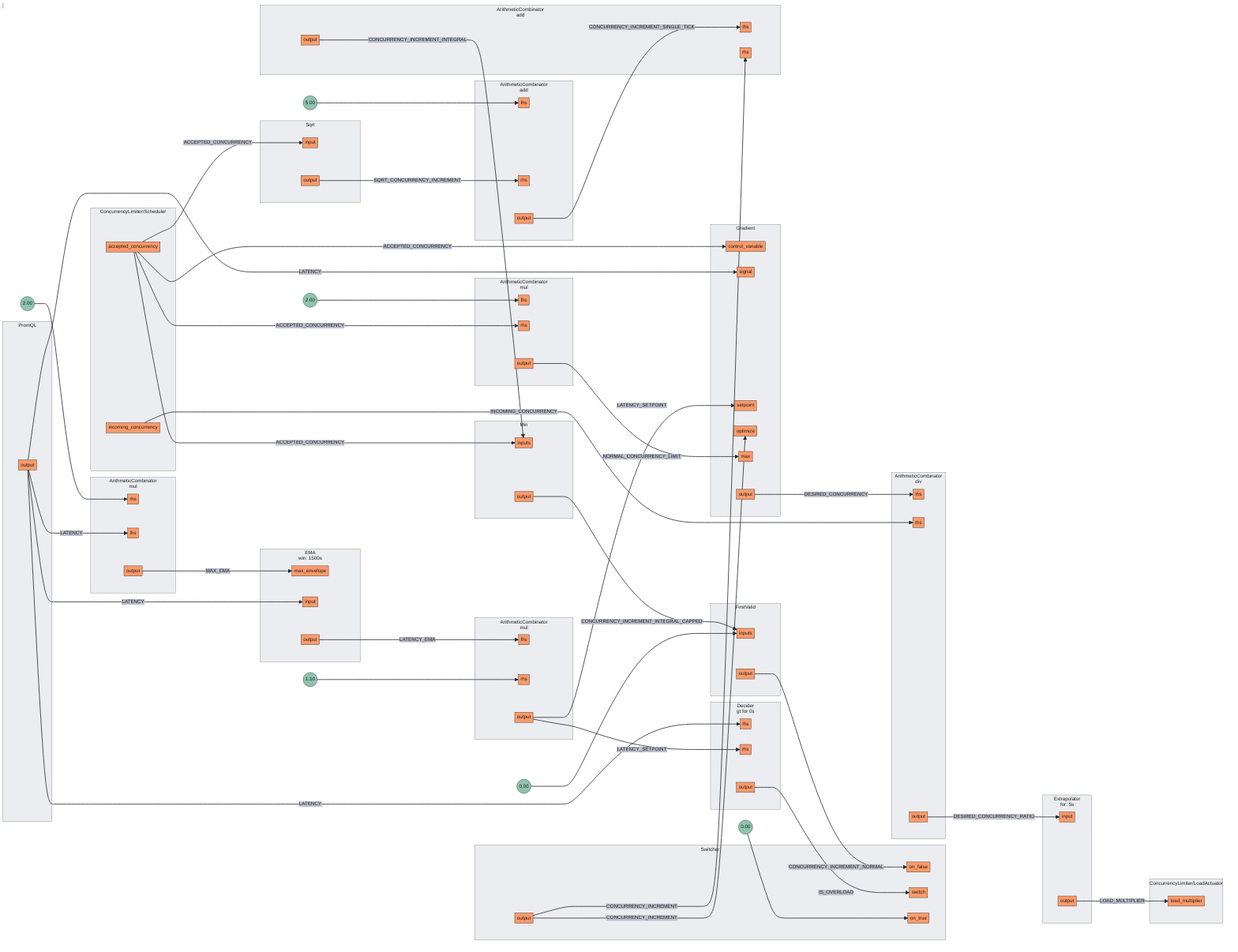
Above: docs/content/tutorials/flow-control/assets/basic-concurrency-limiting/basic-concurrency-limiting.mmd.png in fluxninja/aperture (Mermaid), before the change. Its source is kept beside it as docs/content/tutorials/flow-control/assets/basic-concurrency-limiting/basic-concurrency-limiting.mmd. Source of this version:
```mermaid
flowchart LR
subgraph 0[<center>ArithmeticCombinator<br/>mul</center>]
subgraph 0_inports[ ]
style 0_inports fill:none,stroke:none
0rhs[rhs]
0lhs[lhs]
end
subgraph 0_outports[ ]
style 0_outports fill:none,stroke:none
0output[output]
end
end
FakeConstant0((2.00))
FakeConstant0 --> 0rhs
subgraph 1[<center>ArithmeticCombinator<br/>mul</center>]
subgraph 1_inports[ ]
style 1_inports fill:none,stroke:none
1lhs[lhs]
1rhs[rhs]
end
subgraph 1_outports[ ]
style 1_outports fill:none,stroke:none
1output[output]
end
end
FakeConstant1((1.10))
FakeConstant1 --> 1rhs
subgraph 2[<center>ArithmeticCombinator<br/>div</center>]
subgraph 2_inports[ ]
style 2_inports fill:none,stroke:none
2lhs[lhs]
2rhs[rhs]
end
subgraph 2_outports[ ]
style 2_outports fill:none,stroke:none
2output[output]
end
end
subgraph 3[<center>ArithmeticCombinator<br/>mul</center>]
subgraph 3_inports[ ]
style 3_inports fill:none,stroke:none
3lhs[lhs]
3rhs[rhs]
end
subgraph 3_outports[ ]
style 3_outports fill:none,stroke:none
3output[output]
end
end
FakeConstant2((2.00))
FakeConstant2 --> 3lhs
subgraph 4[<center>ArithmeticCombinator<br/>add</center>]
subgraph 4_inports[ ]
style 4_inports fill:none,stroke:none
4lhs[lhs]
4rhs[rhs]
end
subgraph 4_outports[ ]
style 4_outports fill:none,stroke:none
4output[output]
end
end
FakeConstant3((5.00))
FakeConstant3 --> 4lhs
subgraph 5[<center>ArithmeticCombinator<br/>add</center>]
subgraph 5_inports[ ]
style 5_inports fill:none,stroke:none
5lhs[lhs]
5rhs[rhs]
end
subgraph 5_outports[ ]
style 5_outports fill:none,stroke:none
5output[output]
end
end
subgraph 6[Min]
subgraph 6_inports[ ]
style 6_inports fill:none,stroke:none
6inputs[inputs]
6inputs[inputs]
end
subgraph 6_outports[ ]
style 6_outports fill:none,stroke:none
6output[output]
end
end
subgraph 7[FirstValid]
subgraph 7_inports[ ]
style 7_inports fill:none,stroke:none
7inputs[inputs]
7inputs[inputs]
end
subgraph 7_outports[ ]
style 7_outports fill:none,stroke:none
7output[output]
end
end
FakeConstant4((0.00))
FakeConstant4 --> 7inputs
subgraph 8[Sqrt]
subgraph 8_inports[ ]
style 8_inports fill:none,stroke:none
8input[input]
end
subgraph 8_outports[ ]
style 8_outports fill:none,stroke:none
8output[output]
end
end
subgraph 9[PromQL]
subgraph 9_outports[ ]
style 9_outports fill:none,stroke:none
9output[output]
end
end
subgraph 10[<center>EMA<br/>win: 1500s</center>]
subgraph 10_inports[ ]
style 10_inports fill:none,stroke:none
10max_envelope[max_envelope]
10input[input]
end
subgraph 10_outports[ ]
style 10_outports fill:none,stroke:none
10output[output]
end
end
subgraph 11[Gradient]
subgraph 11_inports[ ]
style 11_inports fill:none,stroke:none
11control_variable[control_variable]
11signal[signal]
11setpoint[setpoint]
11optimize[optimize]
11max[max]
end
subgraph 11_outports[ ]
style 11_outports fill:none,stroke:none
11output[output]
end
end
subgraph 12[<center>Extrapolator<br/>for: 5s</center>]
subgraph 12_inports[ ]
style 12_inports fill:none,stroke:none
12input[input]
end
subgraph 12_outports[ ]
style 12_outports fill:none,stroke:none
12output[output]
end
end
subgraph 13.Scheduler[ConcurrencyLimiter/Scheduler]
subgraph 13.Scheduler_outports[ ]
style 13.Scheduler_outports fill:none,stroke:none
13.Schedulerincoming_concurrency[incoming_concurrency]
13.Scheduleraccepted_concurrency[accepted_concurrency]
end
end
subgraph 13.LoadActuator[ConcurrencyLimiter/LoadActuator]
subgraph 13.LoadActuator_inports[ ]
style 13.LoadActuator_inports fill:none,stroke:none
13.LoadActuatorload_multiplier[load_multiplier]
end
end
subgraph 15[Switcher]
subgraph 15_inports[ ]
style 15_inports fill:none,stroke:none
15on_false[on_false]
15switch[switch]
15on_true[on_true]
end
subgraph 15_outports[ ]
style 15_outports fill:none,stroke:none
15output[output]
end
end
FakeConstant5((0.00))
FakeConstant5 --> 15on_true
subgraph 14[<center>Decider<br/>gt for 0s</center>]
subgraph 14_inports[ ]
style 14_inports fill:none,stroke:none
14lhs[lhs]
14rhs[rhs]
end
subgraph 14_outports[ ]
style 14_outports fill:none,stroke:none
14output[output]
end
end
8output --> |SQRT_CONCURRENCY_INCREMENT| 4rhs
13.Scheduleraccepted_concurrency --> |ACCEPTED_CONCURRENCY| 3rhs
13.Scheduleraccepted_concurrency --> |ACCEPTED_CONCURRENCY| 6inputs
13.Scheduleraccepted_concurrency --> |ACCEPTED_CONCURRENCY| 8input
13.Scheduleraccepted_concurrency --> |ACCEPTED_CONCURRENCY| 11control_variable
0output --> |MAX_EMA| 10max_envelope
4output --> |CONCURRENCY_INCREMENT_SINGLE_TICK| 5lhs
6output --> |CONCURRENCY_INCREMENT_INTEGRAL_CAPPED| 7inputs
10output --> |LATENCY_EMA| 1lhs
14output --> |IS_OVERLOAD| 15switch
2output --> |DESIRED_CONCURRENCY_RATIO| 12input
7output --> |CONCURRENCY_INCREMENT_NORMAL| 15on_false
9output --> |LATENCY| 0lhs
9output --> |LATENCY| 10input
9output --> |LATENCY| 11signal
9output --> |LATENCY| 14lhs
12output --> |LOAD_MULTIPLIER| 13.LoadActuatorload_multiplier
15output --> |CONCURRENCY_INCREMENT| 5rhs
15output --> |CONCURRENCY_INCREMENT| 11optimize
1output --> |LATENCY_SETPOINT| 11setpoint
1output --> |LATENCY_SETPOINT| 14rhs
5output --> |CONCURRENCY_INCREMENT_INTEGRAL| 6inputs
11output --> |DESIRED_CONCURRENCY| 2lhs
13.Schedulerincoming_concurrency --> |INCOMING_CONCURRENCY| 2rhs
3output --> |NORMAL_CONCURRENCY_LIMIT| 11max
```
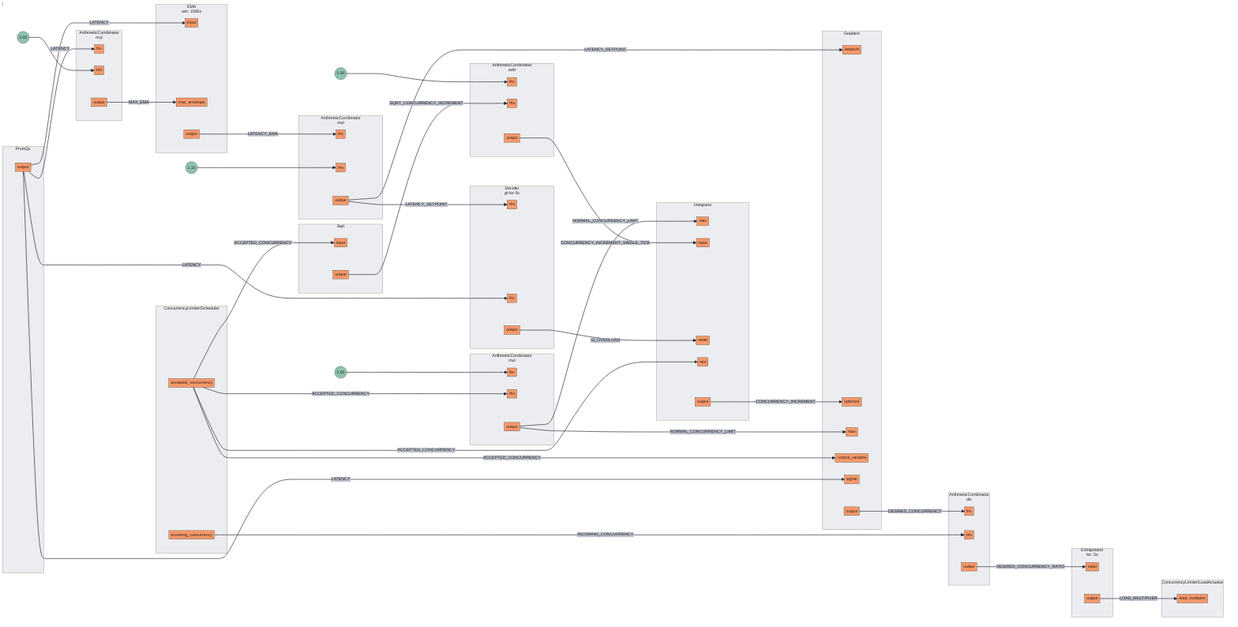
After the commit.

Diff of the diagram source:
```diff
@@ -2,8 +2,8 @@
 subgraph 0[<center>ArithmeticCombinator<br/>mul</center>]
 subgraph 0_inports[ ]
 style 0_inports fill:none,stroke:none
+0lhs[lhs]
 0rhs[rhs]
-0lhs[lhs]
 end
 subgraph 0_outports[ ]
 style 0_outports fill:none,stroke:none
@@ -62,61 +62,63 @@
 end
 FakeConstant3((5.00))
 FakeConstant3 --> 4lhs
-subgraph 5[<center>ArithmeticCombinator<br/>add</center>]
+subgraph 5[Integrator]
 subgraph 5_inports[ ]
 style 5_inports fill:none,stroke:none
-5lhs[lhs]
-5rhs[rhs]
+5max[max]
+5input[input]
+5reset[reset]
+5min[min]
 end
 subgraph 5_outports[ ]
 style 5_outports fill:none,stroke:none
 5output[output]
 end
 end
-subgraph 6[Min]
+subgraph 6[Sqrt]
 subgraph 6_inports[ ]
 style 6_inports fill:none,stroke:none
-6inputs[inputs]
-6inputs[inputs]
+6input[input]
 end
 subgraph 6_outports[ ]
 style 6_outports fill:none,stroke:none
 6output[output]
 end
 end
-subgraph 7[FirstValid]
-subgraph 7_inports[ ]
-style 7_inports fill:none,stroke:none
-7inputs[inputs]
-7inputs[inputs]
-end
+subgraph 7[PromQL]
 subgraph 7_outports[ ]
 style 7_outports fill:none,stroke:none
 7output[output]
 end
 end
-FakeConstant4((0.00))
-FakeConstant4 --> 7inputs
-subgraph 8[Sqrt]
+subgraph 8[<center>EMA<br/>win: 1500s</center>]
 subgraph 8_inports[ ]
 style 8_inports fill:none,stroke:none
 8input[input]
+8max_envelope[max_envelope]
 end
 subgraph 8_outports[ ]
 style 8_outports fill:none,stroke:none
 8output[output]
 end
 end
-subgraph 9[PromQL]
+subgraph 9[Gradient]
+subgraph 9_inports[ ]
+style 9_inports fill:none,stroke:none
+9setpoint[setpoint]
+9optimize[optimize]
+9max[max]
+9control_variable[control_variable]
+9signal[signal]
+end
 subgraph 9_outports[ ]
 style 9_outports fill:none,stroke:none
 9output[output]
 end
 end
-subgraph 10[<center>EMA<br/>win: 1500s</center>]
+subgraph 10[<center>Extrapolator<br/>for: 5s</center>]
 subgraph 10_inports[ ]
 style 10_inports fill:none,stroke:none
-10max_envelope[max_envelope]
 10input[input]
 end
 subgraph 10_outports[ ]
@@ -124,90 +126,49 @@
 10output[output]
 end
 end
-subgraph 11[Gradient]
-subgraph 11_inports[ ]
-style 11_inports fill:none,stroke:none
-11control_variable[control_variable]
-11signal[signal]
-11setpoint[setpoint]
-11optimize[optimize]
-11max[max]
-end
-subgraph 11_outports[ ]
-style 11_outports fill:none,stroke:none
-11output[output]
+subgraph 11.Scheduler[ConcurrencyLimiter/Scheduler]
+subgraph 11.Scheduler_outports[ ]
+style 11.Scheduler_outports fill:none,stroke:none
+11.Scheduleraccepted_concurrency[accepted_concurrency]
+11.Schedulerincoming_concurrency[incoming_concurrency]
 end
 end
-subgraph 12[<center>Extrapolator<br/>for: 5s</center>]
+subgraph 11.LoadActuator[ConcurrencyLimiter/LoadActuator]
+subgraph 11.LoadActuator_inports[ ]
+style 11.LoadActuator_inports fill:none,stroke:none
+11.LoadActuatorload_multiplier[load_multiplier]
+end
+end
+subgraph 12[<center>Decider<br/>gt for 0s</center>]
 subgraph 12_inports[ ]
 style 12_inports fill:none,stroke:none
-12input[input]
+12rhs[rhs]
+12lhs[lhs]
 end
 subgraph 12_outports[ ]
 style 12_outports fill:none,stroke:none
 12output[output]
 end
 end
-subgraph 13.Scheduler[ConcurrencyLimiter/Scheduler]
-subgraph 13.Scheduler_outports[ ]
-style 13.Scheduler_outports fill:none,stroke:none
-13.Schedulerincoming_concurrency[incoming_concurrency]
-13.Scheduleraccepted_concurrency[accepted_concurrency]
-end
-end
-subgraph 13.LoadActuator[ConcurrencyLimiter/LoadActuator]
-subgraph 13.LoadActuator_inports[ ]
-style 13.LoadActuator_inports fill:none,stroke:none
-13.LoadActuatorload_multiplier[load_multiplier]
-end
-end
-subgraph 15[Switcher]
-subgraph 15_inports[ ]
-style 15_inports fill:none,stroke:none
-15on_false[on_false]
-15switch[switch]
-15on_true[on_true]
-end
-subgraph 15_outports[ ]
-style 15_outports fill:none,stroke:none
-15output[output]
-end
-end
-FakeConstant5((0.00))
-FakeConstant5 --> 15on_true
-subgraph 14[<center>Decider<br/>gt for 0s</center>]
-subgraph 14_inports[ ]
-style 14_inports fill:none,stroke:none
-14lhs[lhs]
-14rhs[rhs]
-end
-subgraph 14_outports[ ]
-style 14_outports fill:none,stroke:none
-14output[output]
-end
-end
-8output --> |SQRT_CONCURRENCY_INCREMENT| 4rhs
-13.Scheduleraccepted_concurrency --> |ACCEPTED_CONCURRENCY| 3rhs
-13.Scheduleraccepted_concurrency --> |ACCEPTED_CONCURRENCY| 6inputs
-13.Scheduleraccepted_concurrency --> |ACCEPTED_CONCURRENCY| 8input
-13.Scheduleraccepted_concurrency --> |ACCEPTED_CONCURRENCY| 11control_variable
-0output --> |MAX_EMA| 10max_envelope
-4output --> |CONCURRENCY_INCREMENT_SINGLE_TICK| 5lhs
-6output --> |CONCURRENCY_INCREMENT_INTEGRAL_CAPPED| 7inputs
-10output --> |LATENCY_EMA| 1lhs
-14output --> |IS_OVERLOAD| 15switch
-2output --> |DESIRED_CONCURRENCY_RATIO| 12input
-7output --> |CONCURRENCY_INCREMENT_NORMAL| 15on_false
-9output --> |LATENCY| 0lhs
-9output --> |LATENCY| 10input
-9output --> |LATENCY| 11signal
-9output --> |LATENCY| 14lhs
-12output --> |LOAD_MULTIPLIER| 13.LoadActuatorload_multiplier
-15output --> |CONCURRENCY_INCREMENT| 5rhs
-15output --> |CONCURRENCY_INCREMENT| 11optimize
-1output --> |LATENCY_SETPOINT| 11setpoint
-1output --> |LATENCY_SETPOINT| 14rhs
-5output --> |CONCURRENCY_INCREMENT_INTEGRAL| 6inputs
-11output --> |DESIRED_CONCURRENCY| 2lhs
-13.Schedulerincoming_concurrency --> |INCOMING_CONCURRENCY| 2rhs
-3output --> |NORMAL_CONCURRENCY_LIMIT| 11max
+7output --> |LATENCY| 0lhs
+7output --> |LATENCY| 8input
+7output --> |LATENCY| 9signal
+7output --> |LATENCY| 12lhs
+11.Schedulerincoming_concurrency --> |INCOMING_CONCURRENCY| 2rhs
+11.Scheduleraccepted_concurrency --> |ACCEPTED_CONCURRENCY| 3rhs
+11.Scheduleraccepted_concurrency --> |ACCEPTED_CONCURRENCY| 5min
+11.Scheduleraccepted_concurrency --> |ACCEPTED_CONCURRENCY| 6input
+11.Scheduleraccepted_concurrency --> |ACCEPTED_CONCURRENCY| 9control_variable
+2output --> |DESIRED_CONCURRENCY_RATIO| 10input
+4output --> |CONCURRENCY_INCREMENT_SINGLE_TICK| 5input
+5output --> |CONCURRENCY_INCREMENT| 9optimize
+6output --> |SQRT_CONCURRENCY_INCREMENT| 4rhs
+10output --> |LOAD_MULTIPLIER| 11.LoadActuatorload_multiplier
+1output --> |LATENCY_SETPOINT| 9setpoint
+1output --> |LATENCY_SETPOINT| 12rhs
+8output --> |LATENCY_EMA| 1lhs
+9output --> |DESIRED_CONCURRENCY| 2lhs
+12output --> |IS_OVERLOAD| 5reset
+0output --> |MAX_EMA| 8max_envelope
+3output --> |NORMAL_CONCURRENCY_LIMIT| 5max
+3output --> |NORMAL_CONCURRENCY_LIMIT| 9max
```
